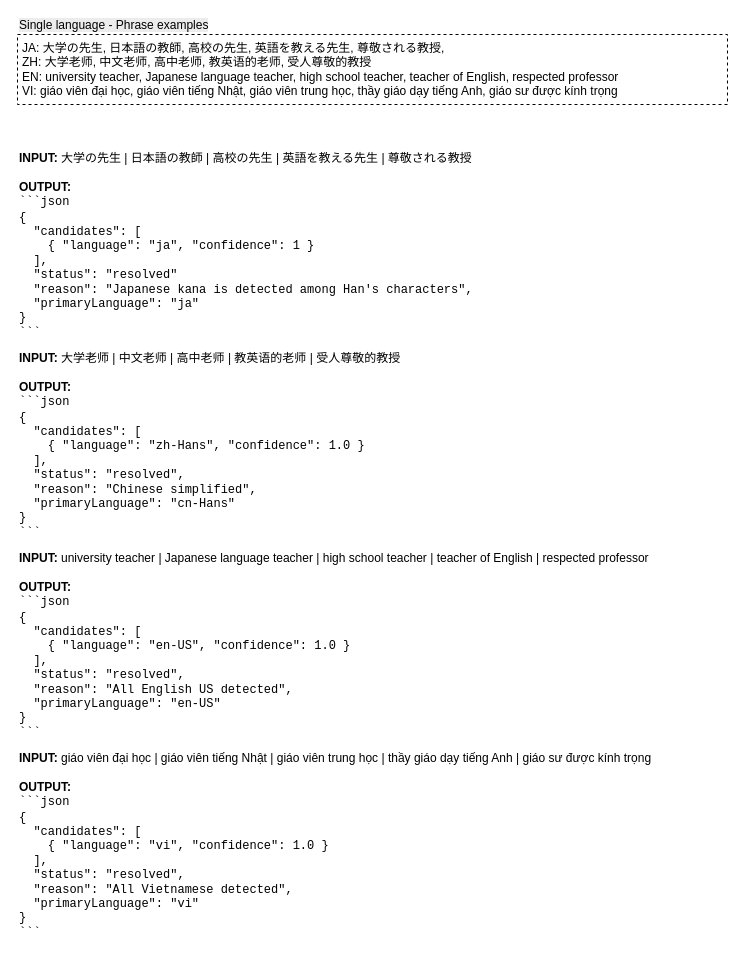
craftzlife/language-identifier keeps this draw.io diagram as page "Test cases: single language - phrase examples" (3 of 5) of language-identifier-library.drawio. Above is the earlier version. Source tidied: cells renumbered, new cells numbered last; positions are measured from the earlier drawing's top-left corner, leaving out a move shared by most shapes. Both pictures are drawn from the tidied source at 100%, with x=0, y=0 at pixel (17, 34).
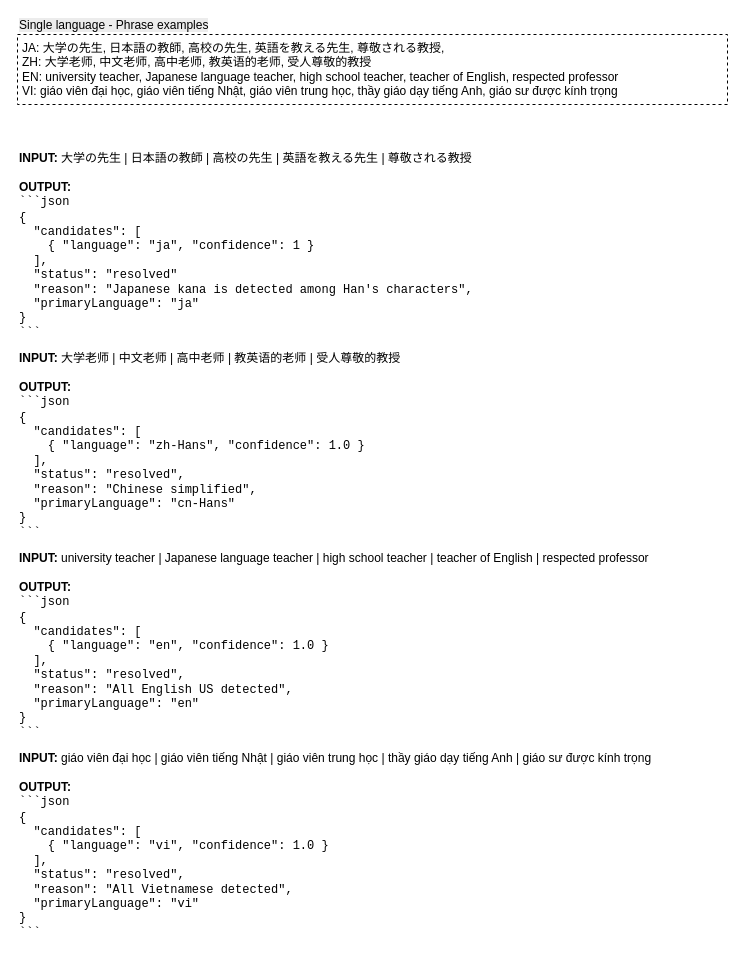
After the change.

Diff of the diagram source:
````diff
@@
 <mxGraphModel>
   <root>
     <mxCell id="0" />
     <mxCell id="1" parent="0" />
     <mxCell id="2" value="&lt;div&gt;&lt;font style=&quot;font-size: 12px;&quot;&gt;&lt;b style=&quot;background-color: transparent; color: light-dark(rgb(0, 0, 0), rgb(255, 255, 255));&quot;&gt;INPUT:&amp;nbsp;&lt;/b&gt;大学の先生 | 日本語の教師&amp;nbsp;|&amp;nbsp;高校の先生&lt;/font&gt;&lt;span style=&quot;font-size: 12px; background-color: transparent; color: light-dark(rgb(0, 0, 0), rgb(255, 255, 255));&quot;&gt;&amp;nbsp;&lt;/span&gt;&lt;span style=&quot;font-size: 12px; background-color: transparent; color: light-dark(rgb(0, 0, 0), rgb(255, 255, 255));&quot;&gt;|&lt;/span&gt;&lt;span style=&quot;font-size: 12px; background-color: transparent; color: light-dark(rgb(0, 0, 0), rgb(255, 255, 255));&quot;&gt;&amp;nbsp;英語を教える先生&lt;/span&gt;&lt;span style=&quot;font-size: 12px; background-color: transparent; color: light-dark(rgb(0, 0, 0), rgb(255, 255, 255));&quot;&gt;&amp;nbsp;&lt;/span&gt;&lt;span style=&quot;font-size: 12px; background-color: transparent; color: light-dark(rgb(0, 0, 0), rgb(255, 255, 255));&quot;&gt;|&lt;/span&gt;&lt;span style=&quot;background-color: transparent; color: light-dark(rgb(0, 0, 0), rgb(255, 255, 255)); font-size: 12px;&quot;&gt;&amp;nbsp;尊敬される教授&lt;/span&gt;&lt;/div&gt;&lt;div&gt;&lt;font style=&quot;font-size: 12px;&quot;&gt;&lt;br&gt;&lt;b&gt;OUTPUT:&lt;br&gt;&lt;/b&gt;&lt;font face=&quot;Courier New&quot; style=&quot;&quot;&gt;```json&lt;br&gt;{&lt;/font&gt;&lt;/font&gt;&lt;/div&gt;&lt;div&gt;&lt;font face=&quot;Courier New&quot; style=&quot;font-size: 12px;&quot;&gt;&amp;nbsp; &quot;candidates&quot;: [&lt;/font&gt;&lt;/div&gt;&lt;div&gt;&lt;font face=&quot;Courier New&quot; style=&quot;font-size: 12px;&quot;&gt;&amp;nbsp; &amp;nbsp; { &quot;language&quot;: &quot;ja&quot;, &quot;confidence&quot;: 1 }&lt;/font&gt;&lt;/div&gt;&lt;div&gt;&lt;font face=&quot;Courier New&quot; style=&quot;font-size: 12px;&quot;&gt;&amp;nbsp; ],&lt;/font&gt;&lt;/div&gt;&lt;div&gt;&lt;font face=&quot;Courier New&quot; style=&quot;font-size: 12px;&quot;&gt;&amp;nbsp; &quot;status&quot;: &quot;resolved&quot;&lt;br&gt;&lt;/font&gt;&lt;span style=&quot;font-family: &amp;quot;Courier New&amp;quot;; font-size: 12px;&quot;&gt;&amp;nbsp; &quot;reason&quot;: &quot;Japanese kana is detected among Han's characters&quot;&lt;/span&gt;&lt;font face=&quot;Courier New&quot; style=&quot;font-size: 12px;&quot;&gt;&lt;/font&gt;&lt;span style=&quot;background-color: transparent; color: light-dark(rgb(0, 0, 0), rgb(255, 255, 255)); font-family: &amp;quot;Courier New&amp;quot;; font-size: 12px;&quot;&gt;,&lt;/span&gt;&lt;/div&gt;&lt;span style=&quot;font-family: &amp;quot;Courier New&amp;quot;; font-size: 12px;&quot;&gt;&amp;nbsp; &quot;primaryLanguage&quot;: &quot;ja&quot;&lt;/span&gt;&lt;div&gt;&lt;font face=&quot;Courier New&quot; style=&quot;font-size: 12px;&quot;&gt;}&lt;br&gt;```&lt;/font&gt;&lt;/div&gt;" style="text;html=1;whiteSpace=wrap;strokeColor=none;fillColor=none;align=left;verticalAlign=top;rounded=0;fontFamily=Helvetica;fontSize=11;fontColor=default;labelBackgroundColor=none;labelPosition=center;verticalLabelPosition=middle;fixedWidth=0;" parent="1" vertex="1">
       <mxGeometry y="110" width="480" height="200" as="geometry" />
     </mxCell>
     <mxCell id="3" value="&lt;div&gt;&lt;font style=&quot;font-size: 12px;&quot;&gt;&lt;b style=&quot;background-color: transparent; color: light-dark(rgb(0, 0, 0), rgb(255, 255, 255));&quot;&gt;INPUT:&amp;nbsp;&lt;/b&gt;大学老师 | 中文老师&amp;nbsp;|&amp;nbsp;高中老师&amp;nbsp;|&amp;nbsp;教英语的老师&amp;nbsp;|&amp;nbsp;受人尊敬的教授&lt;br&gt;&lt;br&gt;&lt;b&gt;OUTPUT:&lt;br&gt;&lt;/b&gt;&lt;font face=&quot;Courier New&quot; style=&quot;&quot;&gt;```json&lt;br&gt;{&lt;/font&gt;&lt;/font&gt;&lt;/div&gt;&lt;div&gt;&lt;font face=&quot;Courier New&quot; style=&quot;font-size: 12px;&quot;&gt;&amp;nbsp; &quot;candidates&quot;: [&lt;/font&gt;&lt;/div&gt;&lt;div&gt;&lt;font face=&quot;Courier New&quot; style=&quot;font-size: 12px;&quot;&gt;&amp;nbsp; &amp;nbsp; { &quot;language&quot;: &quot;zh-Hans&quot;, &quot;confidence&quot;: 1.0 }&lt;/font&gt;&lt;/div&gt;&lt;div&gt;&lt;font face=&quot;Courier New&quot; style=&quot;font-size: 12px;&quot;&gt;&amp;nbsp; ],&lt;/font&gt;&lt;/div&gt;&lt;div&gt;&lt;font face=&quot;Courier New&quot; style=&quot;font-size: 12px;&quot;&gt;&amp;nbsp; &quot;status&quot;: &quot;resolved&quot;,&lt;br&gt;&amp;nbsp; &quot;reason&quot;: &quot;Chinese simplified&quot;&lt;/font&gt;&lt;span style=&quot;background-color: transparent; color: light-dark(rgb(0, 0, 0), rgb(255, 255, 255)); font-family: &amp;quot;Courier New&amp;quot;; font-size: 12px;&quot;&gt;,&lt;/span&gt;&lt;/div&gt;&lt;span style=&quot;font-family: &amp;quot;Courier New&amp;quot;; font-size: 12px;&quot;&gt;&amp;nbsp; &quot;primaryLanguage&quot;: &quot;cn-Hans&quot;&lt;/span&gt;&lt;div&gt;&lt;font face=&quot;Courier New&quot; style=&quot;font-size: 12px;&quot;&gt;}&lt;br&gt;```&lt;/font&gt;&lt;/div&gt;" style="text;html=1;whiteSpace=wrap;strokeColor=none;fillColor=none;align=left;verticalAlign=top;rounded=0;fontFamily=Helvetica;fontSize=11;fontColor=default;labelBackgroundColor=none;labelPosition=center;verticalLabelPosition=middle;fixedWidth=0;" parent="1" vertex="1">
       <mxGeometry y="310" width="400" height="200" as="geometry" />
     </mxCell>
     <mxCell id="4" value="&lt;span style=&quot;font-size: 12px; background-color: rgb(236, 236, 236);&quot;&gt;Single language - Phrase examples&lt;/span&gt;" style="rounded=0;whiteSpace=wrap;html=1;fontFamily=Helvetica;fontSize=11;fontColor=default;labelBackgroundColor=default;align=left;labelPosition=center;verticalLabelPosition=top;verticalAlign=bottom;strokeColor=default;dashed=1;" parent="1" vertex="1">
       <mxGeometry width="710" height="70" as="geometry" />
     </mxCell>
     <mxCell id="5" value="&lt;div&gt;JA: 大学の先生, 日本語の教師, 高校の先生, 英語を教える先生, 尊敬される教授,&lt;/div&gt;&lt;div&gt;ZH: 大学老师, 中文老师, 高中老师, 教英语的老师, 受人尊敬的教授&lt;/div&gt;&lt;div&gt;EN: university teacher, Japanese language teacher, high school teacher, teacher of English, respected professor&lt;/div&gt;&lt;div&gt;VI: giáo viên đại học, giáo viên tiếng Nhật, giáo viên trung học, thầy giáo dạy tiếng Anh, giáo sư được kính trọng&lt;/div&gt;" style="text;html=1;whiteSpace=wrap;strokeColor=none;fillColor=none;align=left;verticalAlign=middle;rounded=0;spacingLeft=0;spacingRight=0;spacing=5;fontSize=12;dashed=1;" parent="4" vertex="1">
       <mxGeometry width="710" height="70" as="geometry" />
     </mxCell>
-    <mxCell id="6" value="&lt;div&gt;&lt;font style=&quot;font-size: 12px;&quot;&gt;&lt;b style=&quot;background-color: transparent; color: light-dark(rgb(0, 0, 0), rgb(255, 255, 255));&quot;&gt;INPUT:&amp;nbsp;&lt;/b&gt;university teacher | Japanese language teacher&lt;/font&gt;&lt;span style=&quot;font-size: 12px; background-color: transparent; color: light-dark(rgb(0, 0, 0), rgb(255, 255, 255));&quot;&gt;&amp;nbsp;&lt;/span&gt;&lt;span style=&quot;font-size: 12px; background-color: transparent; color: light-dark(rgb(0, 0, 0), rgb(255, 255, 255));&quot;&gt;|&lt;/span&gt;&lt;span style=&quot;font-size: 12px; background-color: transparent; color: light-dark(rgb(0, 0, 0), rgb(255, 255, 255));&quot;&gt;&amp;nbsp;high school teacher&lt;/span&gt;&lt;span style=&quot;font-size: 12px; background-color: transparent; color: light-dark(rgb(0, 0, 0), rgb(255, 255, 255));&quot;&gt;&amp;nbsp;&lt;/span&gt;&lt;span style=&quot;font-size: 12px; background-color: transparent; color: light-dark(rgb(0, 0, 0), rgb(255, 255, 255));&quot;&gt;|&lt;/span&gt;&lt;span style=&quot;background-color: transparent; color: light-dark(rgb(0, 0, 0), rgb(255, 255, 255)); font-size: 12px;&quot;&gt;&amp;nbsp;teacher of English&lt;/span&gt;&lt;span style=&quot;background-color: transparent; color: light-dark(rgb(0, 0, 0), rgb(255, 255, 255)); font-size: 12px;&quot;&gt;&amp;nbsp;|&lt;/span&gt;&lt;span style=&quot;background-color: transparent; color: light-dark(rgb(0, 0, 0), rgb(255, 255, 255)); font-size: 12px;&quot;&gt;&amp;nbsp;respected professor&lt;/span&gt;&lt;/div&gt;&lt;div&gt;&lt;font style=&quot;font-size: 12px;&quot;&gt;&lt;br&gt;&lt;b&gt;OUTPUT:&lt;br&gt;&lt;/b&gt;&lt;font face=&quot;Courier New&quot; style=&quot;&quot;&gt;```json&lt;br&gt;{&lt;/font&gt;&lt;/font&gt;&lt;/div&gt;&lt;div&gt;&lt;font face=&quot;Courier New&quot; style=&quot;font-size: 12px;&quot;&gt;&amp;nbsp; &quot;candidates&quot;: [&lt;/font&gt;&lt;/div&gt;&lt;div&gt;&lt;font face=&quot;Courier New&quot; style=&quot;font-size: 12px;&quot;&gt;&amp;nbsp; &amp;nbsp; { &quot;language&quot;: &quot;en-US&quot;, &quot;confidence&quot;: 1.0 }&lt;/font&gt;&lt;/div&gt;&lt;div&gt;&lt;font face=&quot;Courier New&quot; style=&quot;font-size: 12px;&quot;&gt;&amp;nbsp; ],&lt;/font&gt;&lt;/div&gt;&lt;div&gt;&lt;font face=&quot;Courier New&quot; style=&quot;font-size: 12px;&quot;&gt;&amp;nbsp; &quot;status&quot;: &quot;resolved&quot;,&lt;br&gt;&amp;nbsp; &quot;reason&quot;: &quot;All English US detected&quot;&lt;/font&gt;&lt;span style=&quot;background-color: transparent; color: light-dark(rgb(0, 0, 0), rgb(255, 255, 255)); font-family: &amp;quot;Courier New&amp;quot;; font-size: 12px;&quot;&gt;,&lt;/span&gt;&lt;/div&gt;&lt;span style=&quot;font-family: &amp;quot;Courier New&amp;quot;; font-size: 12px;&quot;&gt;&amp;nbsp; &quot;primaryLanguage&quot;: &quot;en-US&quot;&lt;/span&gt;&lt;div&gt;&lt;font face=&quot;Courier New&quot; style=&quot;font-size: 12px;&quot;&gt;}&lt;br&gt;```&lt;/font&gt;&lt;/div&gt;" style="text;html=1;whiteSpace=wrap;strokeColor=none;fillColor=none;align=left;verticalAlign=top;rounded=0;fontFamily=Helvetica;fontSize=11;fontColor=default;labelBackgroundColor=none;labelPosition=center;verticalLabelPosition=middle;fixedWidth=0;" parent="1" vertex="1">
+    <mxCell id="6" value="&lt;div&gt;&lt;font style=&quot;font-size: 12px;&quot;&gt;&lt;b style=&quot;background-color: transparent; color: light-dark(rgb(0, 0, 0), rgb(255, 255, 255));&quot;&gt;INPUT:&amp;nbsp;&lt;/b&gt;university teacher | Japanese language teacher&lt;/font&gt;&lt;span style=&quot;font-size: 12px; background-color: transparent; color: light-dark(rgb(0, 0, 0), rgb(255, 255, 255));&quot;&gt;&amp;nbsp;&lt;/span&gt;&lt;span style=&quot;font-size: 12px; background-color: transparent; color: light-dark(rgb(0, 0, 0), rgb(255, 255, 255));&quot;&gt;|&lt;/span&gt;&lt;span style=&quot;font-size: 12px; background-color: transparent; color: light-dark(rgb(0, 0, 0), rgb(255, 255, 255));&quot;&gt;&amp;nbsp;high school teacher&lt;/span&gt;&lt;span style=&quot;font-size: 12px; background-color: transparent; color: light-dark(rgb(0, 0, 0), rgb(255, 255, 255));&quot;&gt;&amp;nbsp;&lt;/span&gt;&lt;span style=&quot;font-size: 12px; background-color: transparent; color: light-dark(rgb(0, 0, 0), rgb(255, 255, 255));&quot;&gt;|&lt;/span&gt;&lt;span style=&quot;background-color: transparent; color: light-dark(rgb(0, 0, 0), rgb(255, 255, 255)); font-size: 12px;&quot;&gt;&amp;nbsp;teacher of English&lt;/span&gt;&lt;span style=&quot;background-color: transparent; color: light-dark(rgb(0, 0, 0), rgb(255, 255, 255)); font-size: 12px;&quot;&gt;&amp;nbsp;|&lt;/span&gt;&lt;span style=&quot;background-color: transparent; color: light-dark(rgb(0, 0, 0), rgb(255, 255, 255)); font-size: 12px;&quot;&gt;&amp;nbsp;respected professor&lt;/span&gt;&lt;/div&gt;&lt;div&gt;&lt;font style=&quot;font-size: 12px;&quot;&gt;&lt;br&gt;&lt;b&gt;OUTPUT:&lt;br&gt;&lt;/b&gt;&lt;font face=&quot;Courier New&quot; style=&quot;&quot;&gt;```json&lt;br&gt;{&lt;/font&gt;&lt;/font&gt;&lt;/div&gt;&lt;div&gt;&lt;font face=&quot;Courier New&quot; style=&quot;font-size: 12px;&quot;&gt;&amp;nbsp; &quot;candidates&quot;: [&lt;/font&gt;&lt;/div&gt;&lt;div&gt;&lt;font face=&quot;Courier New&quot; style=&quot;font-size: 12px;&quot;&gt;&amp;nbsp; &amp;nbsp; { &quot;language&quot;: &quot;en&quot;, &quot;confidence&quot;: 1.0 }&lt;/font&gt;&lt;/div&gt;&lt;div&gt;&lt;font face=&quot;Courier New&quot; style=&quot;font-size: 12px;&quot;&gt;&amp;nbsp; ],&lt;/font&gt;&lt;/div&gt;&lt;div&gt;&lt;font face=&quot;Courier New&quot; style=&quot;font-size: 12px;&quot;&gt;&amp;nbsp; &quot;status&quot;: &quot;resolved&quot;,&lt;br&gt;&amp;nbsp; &quot;reason&quot;: &quot;All English US detected&quot;&lt;/font&gt;&lt;span style=&quot;background-color: transparent; color: light-dark(rgb(0, 0, 0), rgb(255, 255, 255)); font-family: &amp;quot;Courier New&amp;quot;; font-size: 12px;&quot;&gt;,&lt;/span&gt;&lt;/div&gt;&lt;span style=&quot;font-family: &amp;quot;Courier New&amp;quot;; font-size: 12px;&quot;&gt;&amp;nbsp; &quot;primaryLanguage&quot;: &quot;en&quot;&lt;/span&gt;&lt;div&gt;&lt;font face=&quot;Courier New&quot; style=&quot;font-size: 12px;&quot;&gt;}&lt;br&gt;```&lt;/font&gt;&lt;/div&gt;" style="text;html=1;whiteSpace=wrap;strokeColor=none;fillColor=none;align=left;verticalAlign=top;rounded=0;fontFamily=Helvetica;fontSize=11;fontColor=default;labelBackgroundColor=none;labelPosition=center;verticalLabelPosition=middle;fixedWidth=0;" parent="1" vertex="1">
       <mxGeometry y="510" width="650" height="200" as="geometry" />
     </mxCell>
     <mxCell id="7" value="&lt;div&gt;&lt;b style=&quot;background-color: transparent; color: light-dark(rgb(0, 0, 0), rgb(255, 255, 255)); font-size: 12px;&quot;&gt;INPUT:&amp;nbsp;&lt;/b&gt;&lt;span style=&quot;font-size: 12px;&quot;&gt;giáo viên đại học | giáo viên tiếng Nhật&lt;/span&gt;&lt;span style=&quot;font-size: 12px;&quot;&gt;&amp;nbsp;|&lt;/span&gt;&lt;span style=&quot;font-size: 12px;&quot;&gt;&amp;nbsp;giáo viên trung học&lt;/span&gt;&lt;span style=&quot;font-size: 12px;&quot;&gt;&amp;nbsp;|&lt;/span&gt;&lt;span style=&quot;font-size: 12px;&quot;&gt;&amp;nbsp;thầy giáo dạy tiếng Anh&lt;/span&gt;&lt;span style=&quot;font-size: 12px;&quot;&gt;&amp;nbsp;|&lt;/span&gt;&lt;span style=&quot;font-size: 12px;&quot;&gt;&amp;nbsp;giáo sư được kính trọng&lt;/span&gt;&lt;/div&gt;&lt;div&gt;&lt;font style=&quot;font-size: 12px;&quot;&gt;&lt;br&gt;&lt;b&gt;OUTPUT:&amp;nbsp;&lt;br&gt;&lt;/b&gt;&lt;font face=&quot;Courier New&quot; style=&quot;&quot;&gt;```json&lt;br&gt;{&lt;/font&gt;&lt;/font&gt;&lt;/div&gt;&lt;div&gt;&lt;font face=&quot;Courier New&quot; style=&quot;font-size: 12px;&quot;&gt;&amp;nbsp; &quot;candidates&quot;: [&lt;/font&gt;&lt;/div&gt;&lt;div&gt;&lt;font face=&quot;Courier New&quot; style=&quot;font-size: 12px;&quot;&gt;&amp;nbsp; &amp;nbsp; { &quot;language&quot;: &quot;vi&quot;, &quot;confidence&quot;: 1.0 }&lt;/font&gt;&lt;/div&gt;&lt;div&gt;&lt;font face=&quot;Courier New&quot; style=&quot;font-size: 12px;&quot;&gt;&amp;nbsp; ],&lt;/font&gt;&lt;/div&gt;&lt;div&gt;&lt;font face=&quot;Courier New&quot; style=&quot;font-size: 12px;&quot;&gt;&amp;nbsp; &quot;status&quot;: &quot;resolved&quot;,&lt;br&gt;&amp;nbsp; &quot;reason&quot;: &quot;All Vietnamese detected&quot;&lt;/font&gt;&lt;span style=&quot;font-family: &amp;quot;Courier New&amp;quot;; font-size: 12px; background-color: transparent; color: light-dark(rgb(0, 0, 0), rgb(255, 255, 255));&quot;&gt;,&lt;/span&gt;&lt;/div&gt;&lt;span style=&quot;font-family: &amp;quot;Courier New&amp;quot;; font-size: 12px;&quot;&gt;&amp;nbsp; &quot;primaryLanguage&quot;: &quot;vi&quot;&lt;/span&gt;&lt;div&gt;&lt;font face=&quot;Courier New&quot; style=&quot;font-size: 12px;&quot;&gt;}&lt;br&gt;```&lt;/font&gt;&lt;/div&gt;" style="text;html=1;whiteSpace=wrap;strokeColor=none;fillColor=none;align=left;verticalAlign=top;rounded=0;fontFamily=Helvetica;fontSize=11;fontColor=default;labelBackgroundColor=none;labelPosition=center;verticalLabelPosition=middle;fixedWidth=0;" parent="1" vertex="1">
       <mxGeometry y="710" width="660" height="200" as="geometry" />
     </mxCell>
   </root>
 </mxGraphModel>
````
